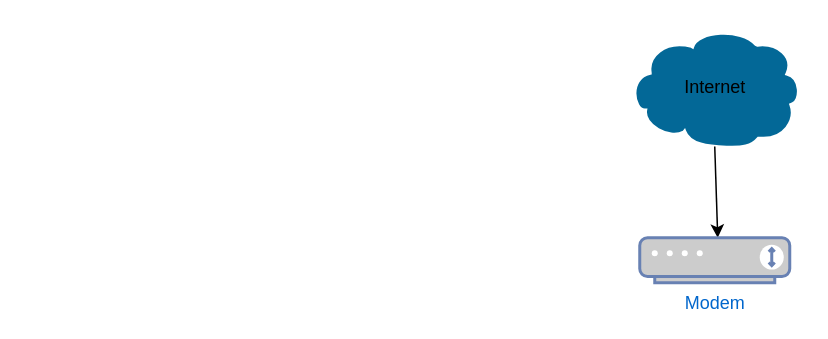
Earlier version of the draw.io diagram LAN.drawio (babelaids/Drawrings). Source tidied: cells renumbered, new cells numbered last; positions are measured from the earlier drawing's top-left corner, leaving out a move shared by most shapes. Both pictures are drawn from the tidied source at 150%, with x=0, y=0 at pixel (627, 27). Pictures stored in the file or linked from it are replaced by grey dashed boxes.
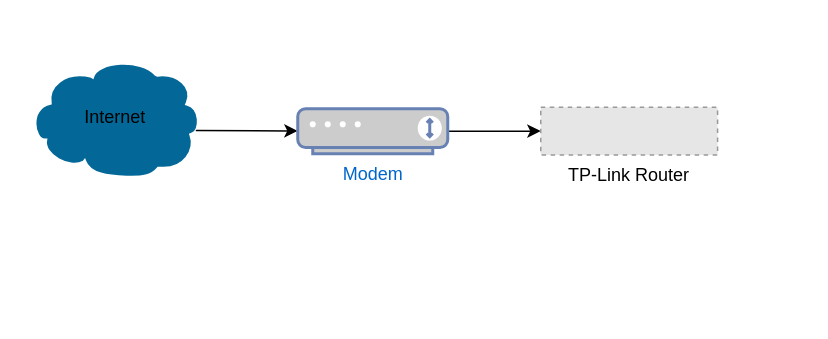
Above is the later version.

Diff of the diagram source:
```diff
@@
 <mxGraphModel>
   <root>
     <mxCell id="0" />
     <mxCell id="1" parent="0" />
     <mxCell id="2" value="&lt;div&gt;Internet&lt;/div&gt;" style="shape=mxgraph.cisco.storage.cloud;sketch=0;html=1;dashed=0;fillColor=#036897;strokeColor=#ffffff;strokeWidth=2;verticalLabelPosition=middle;verticalAlign=middle;align=center;outlineConnect=0;labelPosition=center;" parent="1" vertex="1">
-      <mxGeometry width="116" height="80" as="geometry" />
+      <mxGeometry x="-400" y="20" width="116" height="80" as="geometry" />
     </mxCell>
-    <mxCell id="3" style="endArrow=classic;html=1;rounded=0;exitX=0.5;exitY=0.99;exitDx=0;exitDy=0;exitPerimeter=0;" parent="1" edge="1" source="2">
-      <mxGeometry relative="1" as="geometry">
-        <mxPoint x="60" y="140" as="targetPoint" />
-      </mxGeometry>
+    <mxCell id="3" style="endArrow=classic;html=1;rounded=0;exitX=0.966;exitY=0.606;exitDx=0;exitDy=0;exitPerimeter=0;" parent="1" edge="1" source="2" target="4">
+      <mxGeometry relative="1" as="geometry" />
     </mxCell>
+    <mxCell id="5" style="edgeStyle=orthogonalEdgeStyle;rounded=0;jettySize=auto;html=1;entryX=0;entryY=0.5;entryDx=0;entryDy=0;" parent="1" edge="1" source="4" target="6">
+      <mxGeometry relative="1" as="geometry" />
+    </mxCell>
     <mxCell id="4" value="Modem" style="fontColor=#0066CC;verticalAlign=top;verticalLabelPosition=bottom;labelPosition=center;align=center;html=1;outlineConnect=0;fillColor=#CCCCCC;strokeColor=#6881B3;gradientColor=none;gradientDirection=north;strokeWidth=2;shape=mxgraph.networks.modem;" parent="1" vertex="1">
-      <mxGeometry x="8" y="140" width="100" height="30" as="geometry" />
+      <mxGeometry x="-220" y="54" width="100" height="30" as="geometry" />
     </mxCell>
+    <mxCell id="6" value="TP-Link Router" style="fillColor=#E6E6E6;strokeColor=#999999;dashed=1;verticalLabelPosition=bottom;verticalAlign=top;" parent="1" vertex="1">
+      <mxGeometry x="-58" y="53" width="117.9" height="31.8" as="geometry" />
+    </mxCell>
   </root>
 </mxGraphModel>
```
